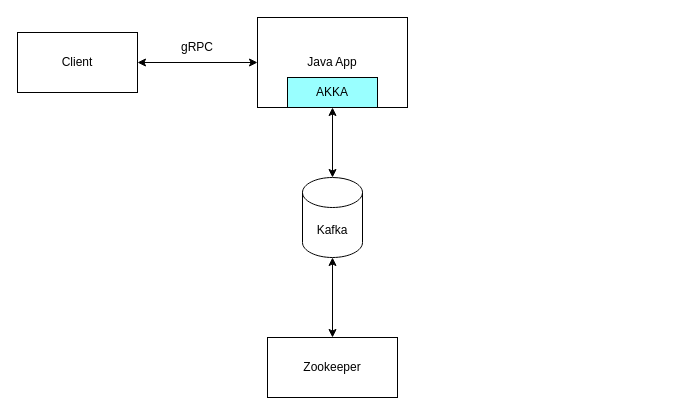
Earlier version of the draw.io diagram kafka.drawio (tanghu123/draw). Source tidied: cells renumbered, new cells numbered last; positions are measured from the earlier drawing's top-left corner, leaving out a move shared by most shapes. Both pictures are drawn from the tidied source at 100%, with x=0, y=0 at pixel (17, 17).
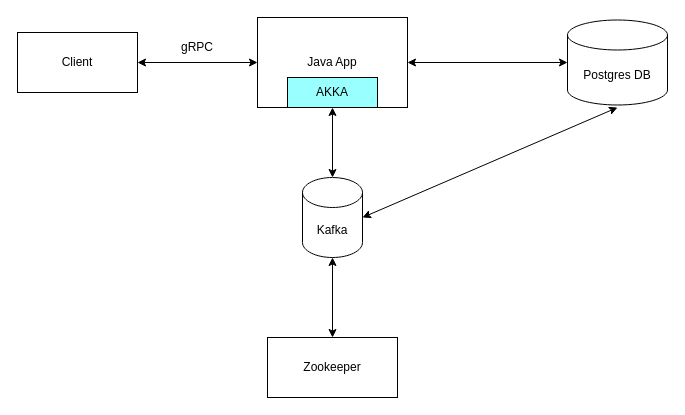
The same page after the edit.

What changed in the source:
```diff
@@
 <mxGraphModel>
   <root>
     <mxCell id="0" />
     <mxCell id="1" parent="0" />
     <mxCell id="2" value="Kafka" style="shape=cylinder3;whiteSpace=wrap;html=1;boundedLbl=1;backgroundOutline=1;size=15;" parent="1" vertex="1">
       <mxGeometry x="285" y="160" width="60" height="80" as="geometry" />
     </mxCell>
     <mxCell id="3" value="Zookeeper" style="rounded=0;whiteSpace=wrap;html=1;" parent="1" vertex="1">
       <mxGeometry x="250" y="320" width="130" height="60" as="geometry" />
     </mxCell>
     <mxCell id="4" style="endArrow=classic;startArrow=classic;html=1;rounded=0;entryX=0.5;entryY=0;entryDx=0;entryDy=0;exitX=0.5;exitY=1;exitDx=0;exitDy=0;exitPerimeter=0;" parent="1" edge="1" source="2" target="3">
       <mxGeometry relative="1" as="geometry" />
     </mxCell>
     <mxCell id="5" value="Java App" style="rounded=0;whiteSpace=wrap;html=1;" parent="1" vertex="1">
       <mxGeometry x="240" width="150" height="90" as="geometry" />
     </mxCell>
     <mxCell id="6" style="endArrow=classic;startArrow=classic;html=1;rounded=0;entryX=0.5;entryY=1;entryDx=0;entryDy=0;exitX=0.5;exitY=0;exitDx=0;exitDy=0;exitPerimeter=0;" parent="1" edge="1" source="2" target="5">
       <mxGeometry relative="1" as="geometry" />
     </mxCell>
     <mxCell id="7" style="endArrow=classic;startArrow=classic;html=1;rounded=0;entryX=0;entryY=0.5;entryDx=0;entryDy=0;exitX=1;exitY=0.5;exitDx=0;exitDy=0;" parent="1" edge="1" source="8" target="5">
       <mxGeometry relative="1" as="geometry" />
     </mxCell>
     <mxCell id="8" value="Client" style="rounded=0;whiteSpace=wrap;html=1;" parent="1" vertex="1">
       <mxGeometry y="15" width="120" height="60" as="geometry" />
     </mxCell>
     <mxCell id="9" value="gRPC" style="text;html=1;strokeColor=none;fillColor=none;align=center;verticalAlign=middle;whiteSpace=wrap;rounded=0;" parent="1" vertex="1">
       <mxGeometry x="150" y="15" width="60" height="30" as="geometry" />
     </mxCell>
     <mxCell id="10" value="AKKA" style="rounded=0;whiteSpace=wrap;html=1;fillColor=#99FFFF;" parent="1" vertex="1">
       <mxGeometry x="270" y="60" width="90" height="30" as="geometry" />
     </mxCell>
+    <mxCell id="11" value="Postgres DB" style="shape=cylinder3;whiteSpace=wrap;html=1;boundedLbl=1;backgroundOutline=1;size=15;" parent="1" vertex="1">
+      <mxGeometry x="550" y="2.5" width="100" height="85" as="geometry" />
+    </mxCell>
+    <mxCell id="12" style="endArrow=classic;startArrow=classic;html=1;rounded=0;entryX=1;entryY=0.5;entryDx=0;entryDy=0;exitX=0;exitY=0.5;exitDx=0;exitDy=0;exitPerimeter=0;" parent="1" edge="1" source="11" target="5">
+      <mxGeometry relative="1" as="geometry" />
+    </mxCell>
+    <mxCell id="13" style="endArrow=classic;startArrow=classic;html=1;rounded=0;exitX=1;exitY=0.5;exitDx=0;exitDy=0;exitPerimeter=0;" parent="1" edge="1" source="2">
+      <mxGeometry relative="1" as="geometry">
+        <mxPoint x="600" y="90" as="targetPoint" />
+      </mxGeometry>
+    </mxCell>
   </root>
 </mxGraphModel>
```
